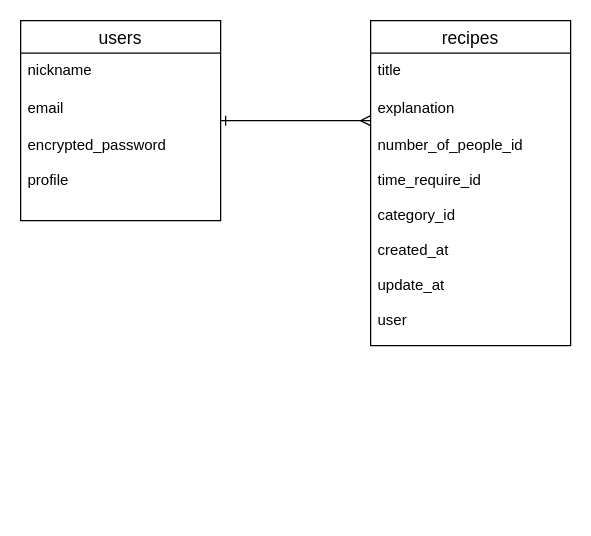
The draw.io diagram healthy_recipe.dio in na05yuki/healthy_recipe, before the edit. Source tidied: cells renumbered, new cells numbered last; positions are measured from the earlier drawing's top-left corner, leaving out a move shared by most shapes. Both pictures are drawn from the tidied source at 125%, with x=0, y=0 at pixel (20, 20).
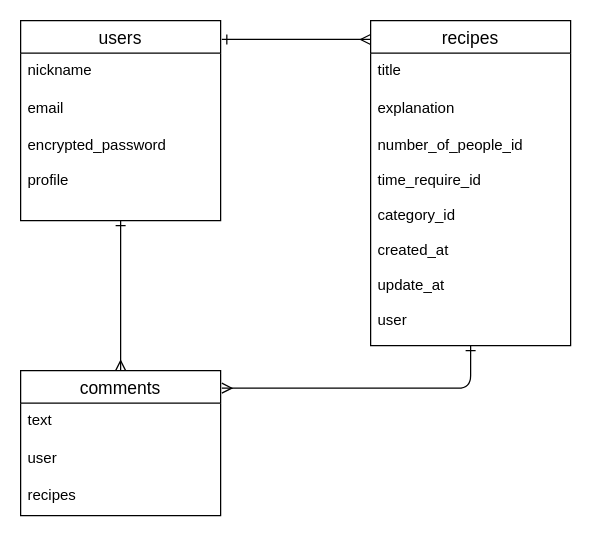
Above is the later version.

Diff of the diagram source:
```diff
@@
 <mxGraphModel>
   <root>
     <mxCell id="0" />
     <mxCell id="1" parent="0" />
-    <mxCell id="2" style="edgeStyle=none;html=1;startArrow=ERone;startFill=0;endArrow=ERmany;endFill=0;" parent="1" edge="1" source="3">
-      <mxGeometry relative="1" as="geometry">
-        <mxPoint x="280" y="80" as="targetPoint" />
-      </mxGeometry>
+    <mxCell id="2" style="edgeStyle=none;html=1;startArrow=ERone;startFill=0;endArrow=ERmany;endFill=0;exitX=1.006;exitY=0.094;exitDx=0;exitDy=0;exitPerimeter=0;entryX=0;entryY=0.058;entryDx=0;entryDy=0;entryPerimeter=0;" parent="1" edge="1" source="3" target="7">
+      <mxGeometry relative="1" as="geometry" />
     </mxCell>
+    <mxCell id="11" style="edgeStyle=none;html=1;entryX=0.5;entryY=0;entryDx=0;entryDy=0;startArrow=ERone;startFill=0;endArrow=ERmany;endFill=0;" parent="1" edge="1" source="3" target="13">
+      <mxGeometry relative="1" as="geometry" />
+    </mxCell>
     <mxCell id="3" value="users" style="swimlane;fontStyle=0;horizontal=1;startSize=26;align=center;fontSize=14;shadow=0;" parent="1" vertex="1">
       <mxGeometry width="160" height="160" as="geometry" />
     </mxCell>
     <mxCell id="4" value="nickname" style="text;strokeColor=none;fillColor=none;spacingLeft=4;spacingRight=4;overflow=hidden;fontSize=12;shadow=0;" parent="3" vertex="1">
       <mxGeometry y="26" width="160" height="30" as="geometry" />
     </mxCell>
     <mxCell id="5" value="email" style="text;strokeColor=none;fillColor=none;spacingLeft=4;spacingRight=4;overflow=hidden;fontSize=12;shadow=0;" parent="3" vertex="1">
       <mxGeometry y="56" width="160" height="30" as="geometry" />
     </mxCell>
     <mxCell id="6" value="encrypted_password&#10;&#10;profile" style="text;strokeColor=none;fillColor=none;spacingLeft=4;spacingRight=4;overflow=hidden;fontSize=12;shadow=0;" parent="3" vertex="1">
       <mxGeometry y="86" width="160" height="74" as="geometry" />
     </mxCell>
+    <mxCell id="12" style="edgeStyle=none;html=1;entryX=1.006;entryY=0.121;entryDx=0;entryDy=0;entryPerimeter=0;startArrow=ERone;startFill=0;endArrow=ERmany;endFill=0;" parent="1" edge="1" source="7" target="13">
+      <mxGeometry relative="1" as="geometry">
+        <Array as="points">
+          <mxPoint x="360" y="294" />
+        </Array>
+      </mxGeometry>
+    </mxCell>
     <mxCell id="7" value="recipes" style="swimlane;fontStyle=0;horizontal=1;startSize=26;align=center;fontSize=14;shadow=0;" parent="1" vertex="1">
       <mxGeometry x="280" width="160" height="260" as="geometry" />
     </mxCell>
     <mxCell id="8" value="title" style="text;strokeColor=none;fillColor=none;spacingLeft=4;spacingRight=4;overflow=hidden;fontSize=12;shadow=0;" parent="7" vertex="1">
       <mxGeometry y="26" width="160" height="30" as="geometry" />
     </mxCell>
     <mxCell id="9" value="explanation" style="text;strokeColor=none;fillColor=none;spacingLeft=4;spacingRight=4;overflow=hidden;fontSize=12;shadow=0;" parent="7" vertex="1">
       <mxGeometry y="56" width="160" height="30" as="geometry" />
     </mxCell>
     <mxCell id="10" value="number_of_people_id&#10;&#10;time_require_id&#10;&#10;category_id&#10;&#10;created_at&#10;&#10;update_at&#10;&#10;user" style="text;strokeColor=none;fillColor=none;spacingLeft=4;spacingRight=4;overflow=hidden;fontSize=12;shadow=0;" parent="7" vertex="1">
       <mxGeometry y="86" width="160" height="174" as="geometry" />
     </mxCell>
+    <mxCell id="13" value="comments" style="swimlane;fontStyle=0;horizontal=1;startSize=26;align=center;fontSize=14;" parent="1" vertex="1">
+      <mxGeometry y="280" width="160" height="116" as="geometry" />
+    </mxCell>
+    <mxCell id="14" value="text" style="text;strokeColor=none;fillColor=none;spacingLeft=4;spacingRight=4;overflow=hidden;fontSize=12;" parent="13" vertex="1">
+      <mxGeometry y="26" width="160" height="30" as="geometry" />
+    </mxCell>
+    <mxCell id="15" value="user" style="text;strokeColor=none;fillColor=none;spacingLeft=4;spacingRight=4;overflow=hidden;fontSize=12;" parent="13" vertex="1">
+      <mxGeometry y="56" width="160" height="30" as="geometry" />
+    </mxCell>
+    <mxCell id="16" value="recipes" style="text;strokeColor=none;fillColor=none;spacingLeft=4;spacingRight=4;overflow=hidden;fontSize=12;" parent="13" vertex="1">
+      <mxGeometry y="86" width="160" height="30" as="geometry" />
+    </mxCell>
   </root>
 </mxGraphModel>
```
